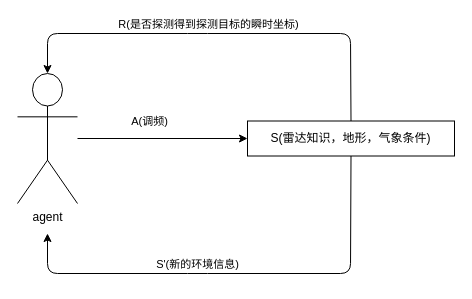
This is 未命名绘图.drawio from undinuanao/-, a draw.io file, before an edit. Source tidied: cells renumbered, new cells numbered last; positions are measured from the earlier drawing's top-left corner, leaving out a move shared by most shapes. Both pictures are drawn from the tidied source at 100%, with x=0, y=0 at pixel (17, 33).
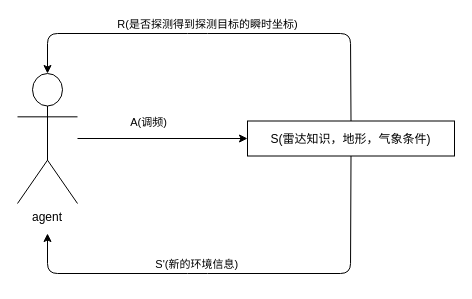
The same page after the edit.

Commit message (it also covers changes not shown here):
更新未命名绘图.drawio

What changed in the source:
```diff
@@
 <mxGraphModel>
   <root>
     <mxCell id="0" />
     <mxCell id="1" parent="0" />
-    <mxCell id="2" value="agent" style="shape=umlActor;verticalLabelPosition=bottom;verticalAlign=top;html=1;outlineConnect=0;" parent="1" vertex="1">
+    <mxCell id="2" value="agent" style="shape=umlActor;verticalLabelPosition=bottom;verticalAlign=top;outlineConnect=0;" parent="1" vertex="1">
       <mxGeometry y="40" width="60" height="130" as="geometry" />
     </mxCell>
-    <mxCell id="3" value="S(雷达知识，地形，气象条件)" style="rounded=0;whiteSpace=wrap;html=1;" parent="1" vertex="1">
+    <mxCell id="3" value="S(雷达知识，地形，气象条件)" style="rounded=0;" parent="1" vertex="1">
       <mxGeometry x="230" y="87.5" width="207" height="35" as="geometry" />
     </mxCell>
-    <mxCell id="4" style="endArrow=classic;html=1;entryX=0;entryY=0.5;entryDx=0;entryDy=0;" parent="1" edge="1" source="2" target="3">
+    <mxCell id="4" style="endArrow=classic;entryX=0;entryY=0.5;entryDx=0;entryDy=0;" parent="1" edge="1" source="2" target="3">
       <mxGeometry relative="1" as="geometry" />
     </mxCell>
-    <mxCell id="5" value="A(调频)" style="edgeLabel;html=1;align=center;verticalAlign=middle;" parent="4" vertex="1">
+    <mxCell id="5" value="A(调频)" style="edgeLabel;align=center;verticalAlign=middle;" parent="4" vertex="1">
       <mxGeometry x="-0.03" relative="1" as="geometry">
         <mxPoint x="-11" y="-17.5" as="offset" />
       </mxGeometry>
     </mxCell>
-    <mxCell id="6" style="endArrow=classic;html=1;exitX=0.5;exitY=0;exitDx=0;exitDy=0;entryX=0.5;entryY=0;entryDx=0;entryDy=0;entryPerimeter=0;" parent="1" edge="1" source="3" target="2">
+    <mxCell id="6" style="endArrow=classic;exitX=0.5;exitY=0;exitDx=0;exitDy=0;entryX=0.5;entryY=0;entryDx=0;entryDy=0;entryPerimeter=0;" parent="1" edge="1" source="3" target="2">
       <mxGeometry relative="1" as="geometry">
         <Array as="points">
           <mxPoint x="333" />
           <mxPoint x="180" />
           <mxPoint x="30" />
         </Array>
       </mxGeometry>
     </mxCell>
-    <mxCell id="7" value="R(是否探测得到探测目标的瞬时坐标)" style="edgeLabel;html=1;align=center;verticalAlign=middle;" parent="6" vertex="1">
+    <mxCell id="7" value="R(是否探测得到探测目标的瞬时坐标)" style="edgeLabel;align=center;verticalAlign=middle;" parent="6" vertex="1">
       <mxGeometry x="-0.02" y="-2" relative="1" as="geometry">
         <mxPoint x="-19.5" y="-8" as="offset" />
       </mxGeometry>
     </mxCell>
-    <mxCell id="8" style="endArrow=classic;html=1;exitX=0.5;exitY=1;exitDx=0;exitDy=0;" parent="1" edge="1" source="3">
+    <mxCell id="8" style="endArrow=classic;exitX=0.5;exitY=1;exitDx=0;exitDy=0;" parent="1" edge="1" source="3">
       <mxGeometry relative="1" as="geometry">
         <mxPoint x="30" y="200" as="targetPoint" />
         <Array as="points">
           <mxPoint x="333" y="240" />
           <mxPoint x="180" y="240" />
           <mxPoint x="30" y="240" />
         </Array>
       </mxGeometry>
     </mxCell>
-    <mxCell id="9" value="S'(新的环境信息)" style="edgeLabel;html=1;align=center;verticalAlign=middle;" parent="8" vertex="1">
+    <mxCell id="9" value="S'(新的环境信息)" style="edgeLabel;align=center;verticalAlign=middle;" parent="8" vertex="1">
       <mxGeometry x="0.11" y="2" relative="1" as="geometry">
         <mxPoint x="-15.3" y="-12" as="offset" />
       </mxGeometry>
     </mxCell>
   </root>
 </mxGraphModel>
```
